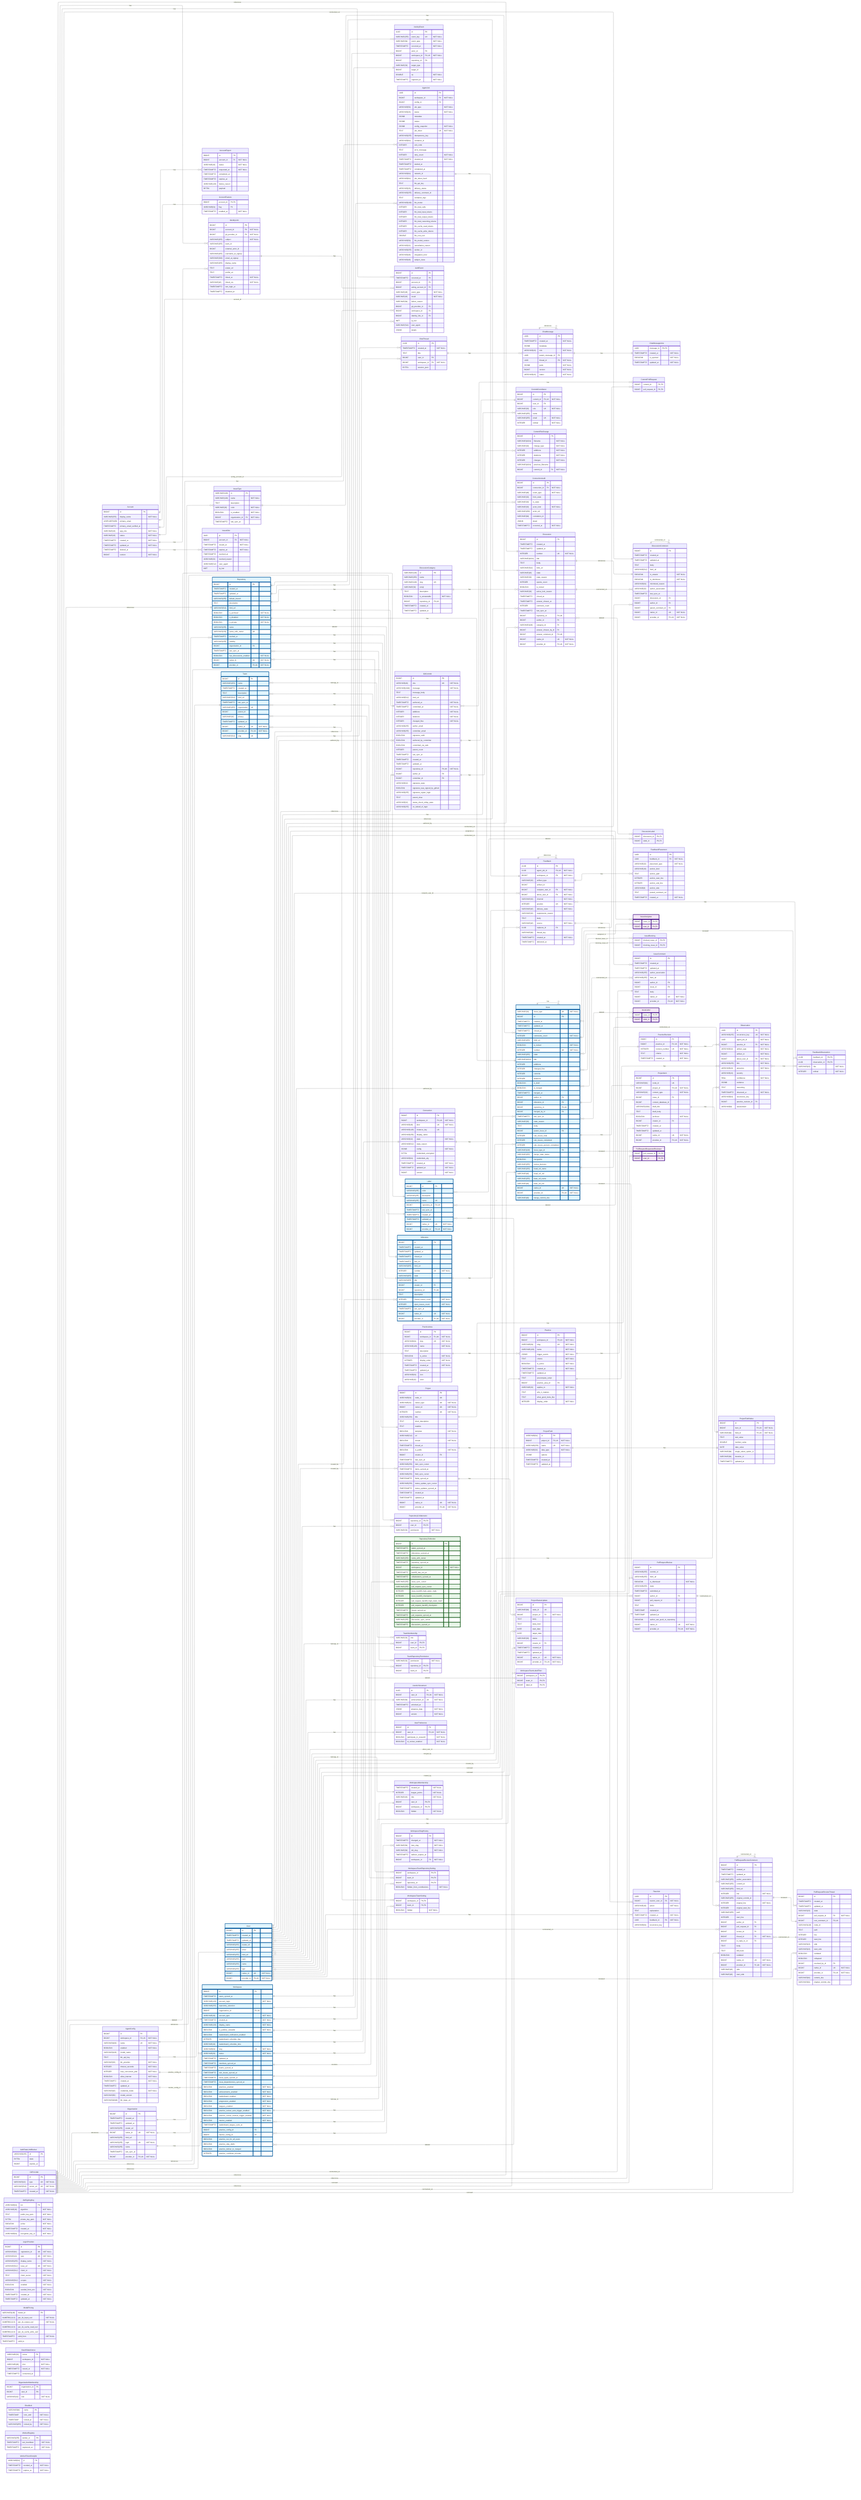
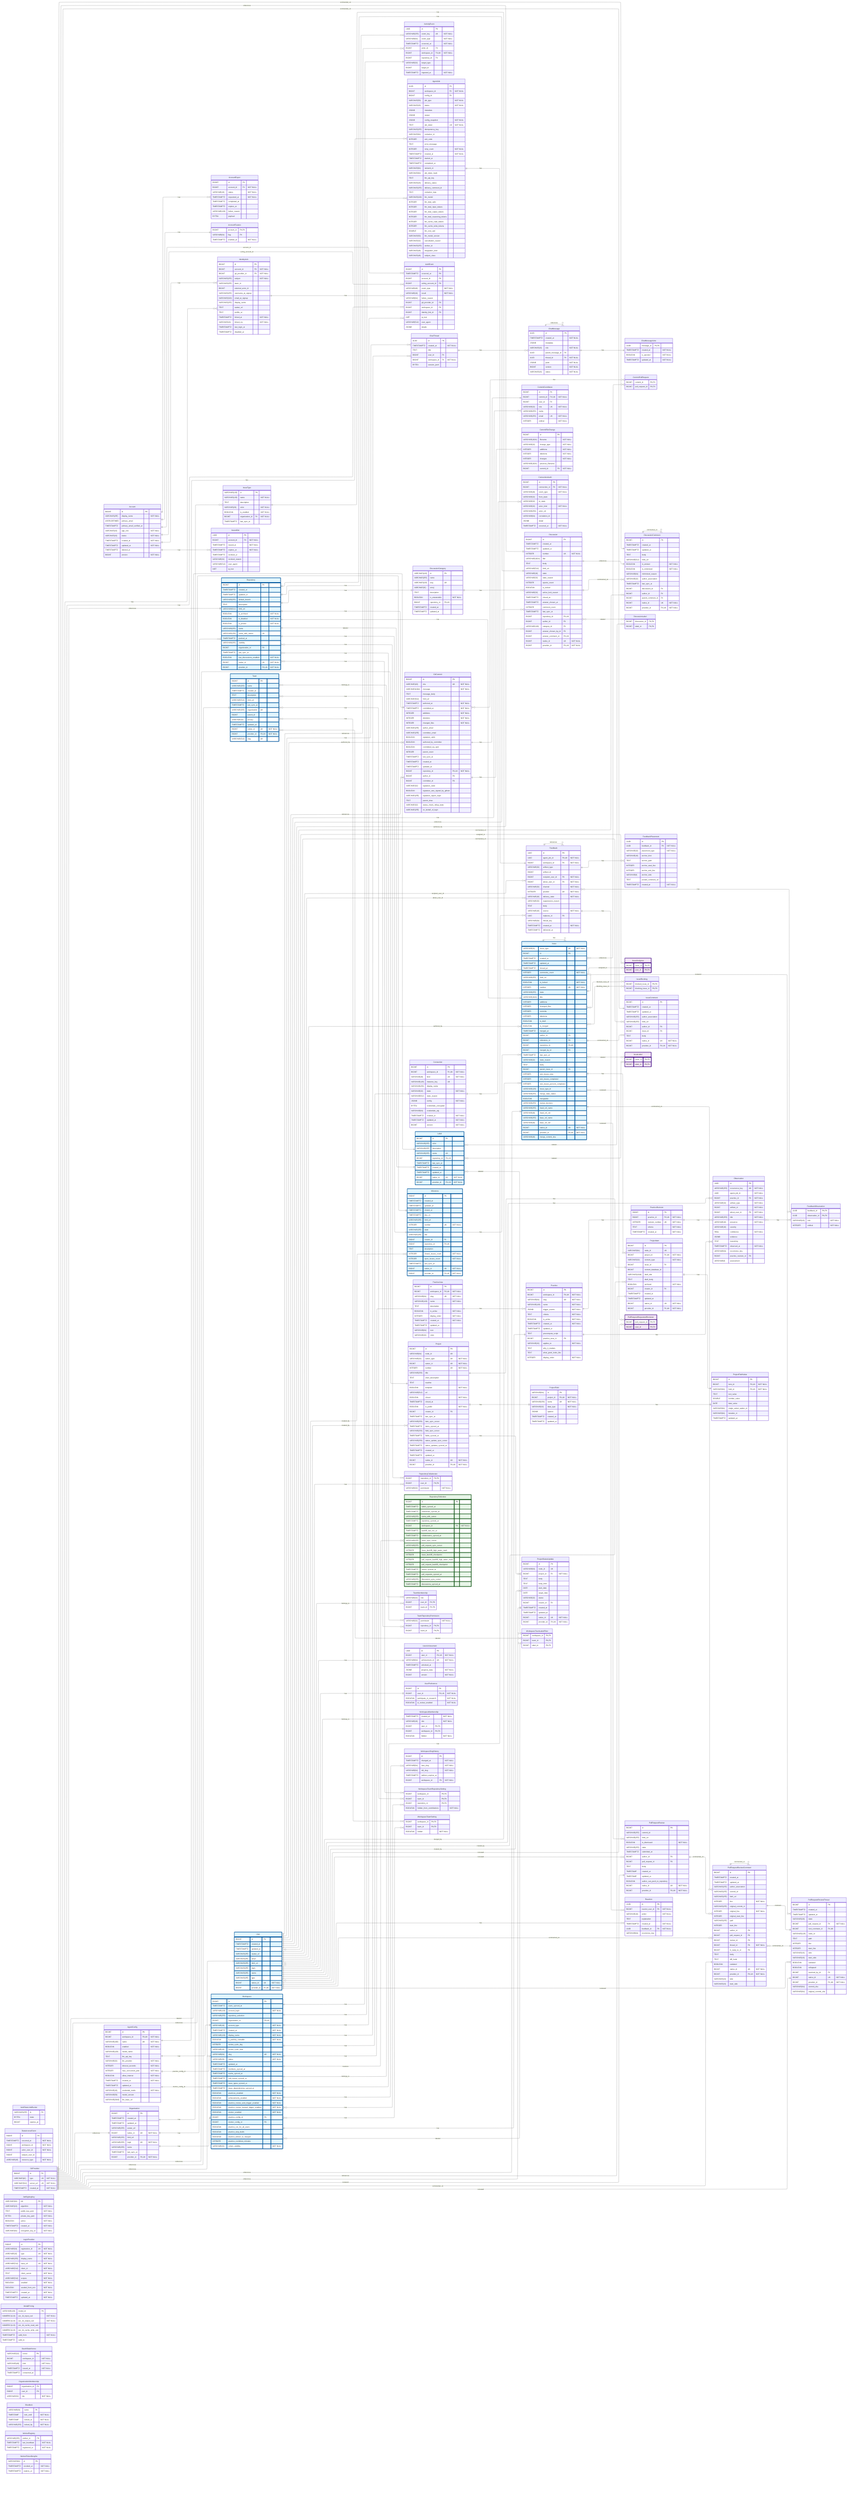
---
config:
    layout: elk
---
erDiagram
    %% Generated automatically from PostgreSQL database schema
    %% using scripts/generate-mermaid-erd.ts
    %% To regenerate: pnpm run db:generate-erd-docs

    direction LR

    Account {
        BIGINT id PK
        VARCHAR(255) display_name "NOT NULL"
        USER-DEFINED primary_email
        TIMESTAMPTZ primary_email_verified_at
        VARCHAR(16) app_role "NOT NULL"
        VARCHAR(16) status "NOT NULL"
        TIMESTAMPTZ created_at "NOT NULL"
        TIMESTAMPTZ updated_at "NOT NULL"
        TIMESTAMPTZ deleted_at
        BIGINT version "NOT NULL"
    }

    AccountExport {
        BIGINT id PK
        BIGINT account_id FK "NOT NULL"
        VARCHAR(16) status "NOT NULL"
        TIMESTAMPTZ requested_at "NOT NULL"
        TIMESTAMPTZ completed_at
        TIMESTAMPTZ expires_at
        VARCHAR(128) failure_reason
        BYTEA payload
    }

    AccountFeature {
        BIGINT account_id PK,FK
        VARCHAR(64) flag PK
        TIMESTAMPTZ enabled_at "NOT NULL"
    }

    ActivityEvent {
        UUID id PK
        VARCHAR(255) event_key UK "NOT NULL"
        VARCHAR(64) event_type "NOT NULL"
        TIMESTAMPTZ occurred_at "NOT NULL"
        BIGINT actor_id FK
        BIGINT workspace_id FK,UK "NOT NULL"
        BIGINT repository_id FK
        VARCHAR(32) target_type
        BIGINT target_id
-         DOUBLE xp "NOT NULL"
        TIMESTAMPTZ ingested_at "NOT NULL"
    }

    AgentConfig {
        BIGINT id PK
        BIGINT workspace_id FK,UK "NOT NULL"
        VARCHAR(100) name UK "NOT NULL"
        BOOLEAN enabled "NOT NULL"
        VARCHAR(128) model_name
        TEXT llm_api_key
        VARCHAR(32) llm_provider "NOT NULL"
        INTEGER timeout_seconds "NOT NULL"
        INTEGER max_concurrent_jobs "NOT NULL"
        BOOLEAN allow_internet "NOT NULL"
        TIMESTAMPTZ created_at "NOT NULL"
        TIMESTAMPTZ updated_at
        VARCHAR(16) credential_mode "NOT NULL"
        VARCHAR(50) model_version
        VARCHAR(2048) llm_base_url
    }

    AgentJob {
        UUID id PK
        BIGINT workspace_id FK "NOT NULL"
        BIGINT config_id FK
        VARCHAR(50) job_type "NOT NULL"
        VARCHAR(20) status "NOT NULL"
        JSONB metadata
        JSONB output
        JSONB config_snapshot "NOT NULL"
        TEXT job_token UK "NOT NULL"
        VARCHAR(255) idempotency_key
        VARCHAR(64) container_id
        INTEGER exit_code
        TEXT error_message
        INTEGER retry_count "NOT NULL"
        TIMESTAMPTZ created_at "NOT NULL"
        TIMESTAMPTZ started_at
        TIMESTAMPTZ completed_at
        VARCHAR(64) network_id
        VARCHAR(64) job_token_hash
        TEXT llm_api_key
        VARCHAR(20) delivery_status
        VARCHAR(255) delivery_comment_id
        TEXT container_logs
        VARCHAR(100) llm_model
        INTEGER llm_total_calls
        INTEGER llm_total_input_tokens
        INTEGER llm_total_output_tokens
        INTEGER llm_total_reasoning_tokens
        INTEGER llm_cache_read_tokens
        INTEGER llm_cache_write_tokens
        DOUBLE llm_cost_usd
        VARCHAR(50) llm_model_version
        VARCHAR(32) cancellation_reason
        VARCHAR(255) worker_id
        VARCHAR(48) integration_kind
        VARCHAR(48) subject_class
    }

    AuthEvent {
        BIGINT id PK
        TIMESTAMPTZ occurred_at PK
        BIGINT account_id FK
        BIGINT acting_account_id FK
        VARCHAR(48) event_type "NOT NULL"
        VARCHAR(16) result "NOT NULL"
        VARCHAR(64) failure_reason
        BIGINT git_provider_id FK
        BIGINT workspace_id FK
        BIGINT identity_link_id FK
        INET ip_inet
        VARCHAR(512) user_agent
        JSONB details
    }

    AuthRateLimitBucket {
        VARCHAR(255) id PK
        BYTEA state
        BIGINT expires_at
    }

    ChatMessage {
        UUID id PK
        TIMESTAMPTZ created_at "NOT NULL"
        JSONB metadata
        VARCHAR(16) role "NOT NULL"
        UUID parent_message_id FK
        UUID thread_id FK "NOT NULL"
        JSONB parts "NOT NULL"
        BIGINT version "NOT NULL"
        VARCHAR(16) status "NOT NULL"
    }

    ChatMessageVote {
        UUID message_id PK,FK
        TIMESTAMPTZ created_at "NOT NULL"
        BOOLEAN is_upvoted "NOT NULL"
        TIMESTAMPTZ updated_at "NOT NULL"
    }

    ChatThread {
        UUID id PK
        TIMESTAMPTZ created_at "NOT NULL"
        TEXT title
        BIGINT user_id FK
        BIGINT workspace_id FK "NOT NULL"
        BYTEA session_jsonl
    }

    CommitContributor {
        BIGINT id PK
        BIGINT commit_id FK,UK "NOT NULL"
        BIGINT user_id FK
        VARCHAR(32) role UK "NOT NULL"
        VARCHAR(255) name
        VARCHAR(255) email UK "NOT NULL"
        INTEGER ordinal "NOT NULL"
    }

    CommitFileChange {
        BIGINT id PK
        VARCHAR(1024) filename "NOT NULL"
        VARCHAR(32) change_type "NOT NULL"
        INTEGER additions "NOT NULL"
        INTEGER deletions "NOT NULL"
        INTEGER changes "NOT NULL"
        VARCHAR(1024) previous_filename
        BIGINT commit_id FK "NOT NULL"
    }

    CommitPullRequest {
        BIGINT commit_id PK,FK
        BIGINT pull_request_id PK,FK
    }

    Connection {
        BIGINT id PK
        BIGINT workspace_id FK,UK "NOT NULL"
        VARCHAR(48) kind UK "NOT NULL"
        VARCHAR(128) instance_key UK
        VARCHAR(256) display_name
        VARCHAR(32) state "NOT NULL"
        VARCHAR(512) state_reason
        JSONB config "NOT NULL"
        BYTEA credentials_encrypted
        VARCHAR(64) credentials_alg
        TIMESTAMPTZ created_at "NOT NULL"
        TIMESTAMPTZ updated_at "NOT NULL"
        BIGINT version "NOT NULL"
    }

    ConnectionAudit {
        BIGINT id PK
        BIGINT connection_id FK "NOT NULL"
        VARCHAR(48) event_type "NOT NULL"
        VARCHAR(32) from_state
        VARCHAR(32) to_state
        VARCHAR(32) actor_kind "NOT NULL"
        VARCHAR(256) actor_ref
        VARCHAR(64) correlation_id
        JSONB detail
        TIMESTAMPTZ occurred_at "NOT NULL"
+     }
+ 
+     DataAccessEvent {
+         BIGINT id PK
+         TIMESTAMPTZ occurred_at "NOT NULL"
+         BIGINT workspace_id "NOT NULL"
+         BIGINT actor_user_id "NOT NULL"
+         BIGINT subject_user_id
+         VARCHAR(48) resource_type "NOT NULL"
    }

    Discussion {
        BIGINT id PK
        TIMESTAMPTZ created_at
        TIMESTAMPTZ updated_at
        INTEGER number UK "NOT NULL"
        VARCHAR(1024) title
        TEXT body
        VARCHAR(512) html_url
        VARCHAR(16) state
        VARCHAR(32) state_reason
        INTEGER upvote_count
        BOOLEAN is_locked
        VARCHAR(32) active_lock_reason
        TIMESTAMPTZ closed_at
        TIMESTAMPTZ answer_chosen_at
        INTEGER comment_count
        TIMESTAMPTZ last_sync_at
        BIGINT repository_id FK,UK
        BIGINT author_id FK
        VARCHAR(128) category_id FK
        BIGINT answer_chosen_by_id FK
        BIGINT answer_comment_id FK,UK
        BIGINT native_id UK "NOT NULL"
        BIGINT provider_id FK,UK "NOT NULL"
    }

    DiscussionCategory {
        VARCHAR(128) id PK
        VARCHAR(255) name
        VARCHAR(128) slug UK
        VARCHAR(32) emoji
        TEXT description
        BOOLEAN is_answerable "NOT NULL"
        BIGINT repository_id FK,UK
        TIMESTAMPTZ created_at
        TIMESTAMPTZ updated_at
    }

    DiscussionComment {
        BIGINT id PK
        TIMESTAMPTZ created_at
        TIMESTAMPTZ updated_at
        TEXT body
        VARCHAR(512) html_url
        BOOLEAN is_answer "NOT NULL"
        BOOLEAN is_minimized "NOT NULL"
        VARCHAR(64) minimized_reason
        VARCHAR(32) author_association
        TIMESTAMPTZ last_sync_at
        BIGINT discussion_id FK
        BIGINT author_id FK
        BIGINT parent_comment_id FK
        BIGINT native_id UK "NOT NULL"
        BIGINT provider_id FK,UK "NOT NULL"
    }

    DiscussionLabel {
        BIGINT discussion_id PK,FK
        BIGINT label_id PK,FK
    }

    Feedback {
        UUID id PK
        UUID agent_job_id FK,UK "NOT NULL"
        BIGINT workspace_id FK "NOT NULL"
        VARCHAR(32) artifact_type
        BIGINT artifact_id
        BIGINT recipient_user_id FK "NOT NULL"
        BIGINT about_user_id FK "NOT NULL"
        VARCHAR(32) channel "NOT NULL"
        INTEGER position UK "NOT NULL"
        VARCHAR(16) delivery_state "NOT NULL"
        VARCHAR(32) suppression_reason
        TEXT body
        VARCHAR(16) source "NOT NULL"
        UUID replaces_id FK
        VARCHAR(64) thread_key
        TIMESTAMPTZ created_at "NOT NULL"
        TIMESTAMPTZ delivered_at
    }

    FeedbackObservation {
        UUID feedback_id PK,FK
        UUID observation_id PK,FK
        VARCHAR(16) role "NOT NULL"
        INTEGER ordinal "NOT NULL"
    }

    FeedbackPlacement {
        UUID id PK
        UUID feedback_id FK "NOT NULL"
        VARCHAR(32) placement_type "NOT NULL"
        VARCHAR(16) anchor_kind
        TEXT anchor_path
        INTEGER anchor_start_line
        INTEGER anchor_end_line
        VARCHAR(8) anchor_side
        TEXT posted_comment_ref
        TIMESTAMPTZ created_at "NOT NULL"
    }

    GitCommit {
        BIGINT id PK
        VARCHAR(40) sha UK "NOT NULL"
        VARCHAR(1024) message "NOT NULL"
        TEXT message_body
        VARCHAR(512) html_url
        TIMESTAMPTZ authored_at "NOT NULL"
        TIMESTAMPTZ committed_at "NOT NULL"
        INTEGER additions "NOT NULL"
        INTEGER deletions "NOT NULL"
        INTEGER changed_files "NOT NULL"
        VARCHAR(255) author_email
        VARCHAR(255) committer_email
        BOOLEAN signature_valid
        BOOLEAN authored_by_committer
        BOOLEAN committed_via_web
        INTEGER parent_count
        TIMESTAMPTZ last_sync_at
        TIMESTAMPTZ created_at
        TIMESTAMPTZ updated_at
        BIGINT repository_id FK,UK "NOT NULL"
        BIGINT author_id FK
        BIGINT committer_id FK
        VARCHAR(32) signature_state
        BOOLEAN signature_was_signed_by_github
        VARCHAR(255) signature_signer_login
        TEXT parent_shas
        VARCHAR(32) status_check_rollup_state
        VARCHAR(255) on_behalf_of_login
    }

    GitProvider {
        BIGINT id PK
        VARCHAR(10) type UK "NOT NULL"
        VARCHAR(512) server_url UK "NOT NULL"
        TIMESTAMPTZ created_at "NOT NULL"
    }

    IdentityLink {
        BIGINT id PK
        BIGINT account_id FK "NOT NULL"
        BIGINT git_provider_id FK "NOT NULL"
        VARCHAR(255) subject "NOT NULL"
        VARCHAR(255) team_id
        BIGINT external_actor_id
        VARCHAR(255) username_at_signup
        VARCHAR(320) email_at_signup
        VARCHAR(255) display_name
        TEXT avatar_url
        TEXT profile_url
        TIMESTAMPTZ linked_at "NOT NULL"
        VARCHAR(16) linked_via "NOT NULL"
        TIMESTAMPTZ last_login_at
        TIMESTAMPTZ disabled_at
    }

    Issue {
        VARCHAR(31) issue_type UK "NOT NULL"
        BIGINT id PK
        TIMESTAMPTZ created_at
        TIMESTAMPTZ updated_at
        TIMESTAMPTZ closed_at
        INTEGER comments_count "NOT NULL"
        VARCHAR(255) html_url
        BOOLEAN is_locked "NOT NULL"
        INTEGER number UK "NOT NULL"
        VARCHAR(255) state
        VARCHAR(1024) title
        INTEGER additions
        INTEGER changed_files
        INTEGER commits
        INTEGER deletions
        BOOLEAN is_draft
        BOOLEAN is_merged
        TIMESTAMPTZ merged_at
        BIGINT author_id FK
        BIGINT milestone_id FK
        BIGINT repository_id FK,UK
        BIGINT merged_by_id FK
        TIMESTAMPTZ last_sync_at
        VARCHAR(32) state_reason
        TEXT body
        BIGINT parent_issue_id FK
        INTEGER sub_issues_total
        INTEGER sub_issues_completed
        INTEGER sub_issues_percent_completed
        VARCHAR(128) issue_type_id FK
        VARCHAR(255) merge_state_status
        BOOLEAN mergeable
        VARCHAR(255) review_decision
        VARCHAR(255) head_ref_name
        VARCHAR(40) head_ref_oid
        VARCHAR(255) base_ref_name
        VARCHAR(40) base_ref_oid
        BIGINT native_id UK "NOT NULL"
        BIGINT provider_id FK,UK "NOT NULL"
        VARCHAR(40) merge_commit_sha
    }

    IssueAssignee {
        BIGINT issue_id PK,FK
        BIGINT user_id PK,FK
    }

    IssueBlocking {
        BIGINT blocked_issue_id PK,FK
        BIGINT blocking_issue_id PK,FK
    }

    IssueComment {
        BIGINT id PK
        TIMESTAMPTZ created_at
        TIMESTAMPTZ updated_at
        VARCHAR(255) author_association
        VARCHAR(255) html_url
        BIGINT author_id FK
        BIGINT issue_id FK
        TEXT body
        BIGINT native_id UK "NOT NULL"
        BIGINT provider_id FK,UK "NOT NULL"
    }

    IssueLabel {
        BIGINT issue_id PK,FK
        BIGINT label_id PK,FK
    }

    IssueType {
        VARCHAR(128) id PK
        VARCHAR(128) name "NOT NULL"
        TEXT description
        VARCHAR(20) color "NOT NULL"
        BOOLEAN is_enabled "NOT NULL"
        BIGINT organization_id FK "NOT NULL"
        TIMESTAMPTZ last_sync_at
    }

    IssuedJwt {
        UUID jti PK
        BIGINT account_id FK "NOT NULL"
        TIMESTAMPTZ issued_at "NOT NULL"
        TIMESTAMPTZ expires_at "NOT NULL"
        TIMESTAMPTZ revoked_at
        VARCHAR(32) revoked_reason
        VARCHAR(512) user_agent
        INET ip_inet
    }

    JwtSigningKey {
        VARCHAR(64) kid PK
        VARCHAR(16) algorithm "NOT NULL"
        TEXT public_key_pem "NOT NULL"
        BYTEA private_key_pem "NOT NULL"
        BOOLEAN active "NOT NULL"
        TIMESTAMPTZ created_at "NOT NULL"
        VARCHAR(64) encryption_key_id "NOT NULL"
    }

    Label {
        BIGINT id PK
        VARCHAR(255) color
        VARCHAR(255) description
        VARCHAR(255) name UK
        BIGINT repository_id FK,UK
        TIMESTAMPTZ last_sync_at
        TIMESTAMPTZ created_at
        TIMESTAMPTZ updated_at
        BIGINT native_id UK "NOT NULL"
        BIGINT provider_id FK,UK "NOT NULL"
    }

    LoginProvider {
        BIGINT id PK
        VARCHAR(64) registration_id UK "NOT NULL"
        VARCHAR(10) type UK "NOT NULL"
        VARCHAR(255) display_name "NOT NULL"
        VARCHAR(512) base_url UK "NOT NULL"
        VARCHAR(512) client_id "NOT NULL"
        TEXT client_secret "NOT NULL"
        VARCHAR(512) scopes "NOT NULL"
        BOOLEAN enabled "NOT NULL"
        BOOLEAN seeded_from_env "NOT NULL"
        TIMESTAMPTZ created_at "NOT NULL"
        TIMESTAMPTZ updated_at "NOT NULL"
    }

    Milestone {
        BIGINT id PK
        TIMESTAMPTZ created_at
        TIMESTAMPTZ updated_at
        TIMESTAMPTZ closed_at
        TIMESTAMPTZ due_on
        VARCHAR(255) html_url
        INTEGER number UK "NOT NULL"
        VARCHAR(255) state
        VARCHAR(255) title
        BIGINT creator_id FK
        BIGINT repository_id FK,UK
        TEXT description
        INTEGER closed_issues_count "NOT NULL"
        INTEGER open_issues_count "NOT NULL"
        TIMESTAMPTZ last_sync_at
        BIGINT native_id UK "NOT NULL"
        BIGINT provider_id FK,UK "NOT NULL"
    }

    ModelPricing {
        VARCHAR(128) model_id PK
        NUMERIC(12,6) per_1k_input_usd "NOT NULL"
        NUMERIC(12,6) per_1k_output_usd "NOT NULL"
        NUMERIC(12,6) per_1k_cache_read_usd
        NUMERIC(12,6) per_1k_cache_write_usd
        TIMESTAMPTZ valid_from "NOT NULL"
        TIMESTAMPTZ valid_to
    }

    OauthStateNonce {
        VARCHAR(32) nonce PK
        BIGINT workspace_id "NOT NULL"
        VARCHAR(48) kind "NOT NULL"
        TIMESTAMPTZ issued_at "NOT NULL"
        TIMESTAMPTZ consumed_at
    }

    Observation {
        UUID id PK
        VARCHAR(255) occurrence_key UK "NOT NULL"
        UUID agent_job_id "NOT NULL"
        BIGINT practice_id FK "NOT NULL"
        VARCHAR(32) artifact_type "NOT NULL"
        BIGINT artifact_id "NOT NULL"
        BIGINT about_user_id FK "NOT NULL"
        VARCHAR(255) title "NOT NULL"
        VARCHAR(16) presence "NOT NULL"
        VARCHAR(16) severity
        REAL confidence "NOT NULL"
        JSONB evidence
        TEXT reasoning
        TIMESTAMPTZ observed_at "NOT NULL"
        VARCHAR(64) recurrence_key
        BIGINT practice_revision_id FK
        VARCHAR(8) assessment
    }

    Organization {
        BIGINT id PK
        TIMESTAMPTZ created_at
        TIMESTAMPTZ updated_at
        VARCHAR(255) avatar_url
        BIGINT native_id UK "NOT NULL"
        VARCHAR(255) html_url
        VARCHAR(255) login UK "NOT NULL"
        VARCHAR(255) name
        TIMESTAMPTZ last_sync_at
        BIGINT provider_id FK,UK "NOT NULL"
    }

    OrganizationMembership {
        BIGINT organization_id PK
        BIGINT user_id PK
        VARCHAR(32) role "NOT NULL"
    }

    Practice {
        BIGINT id PK
        BIGINT workspace_id FK,UK "NOT NULL"
        VARCHAR(64) slug UK "NOT NULL"
        VARCHAR(128) name "NOT NULL"
        JSONB trigger_events "NOT NULL"
        TEXT criteria "NOT NULL"
        BOOLEAN is_active "NOT NULL"
        TIMESTAMPTZ created_at "NOT NULL"
        TIMESTAMPTZ updated_at
        TEXT precompute_script
        BIGINT practice_area_id FK
        VARCHAR(32) applies_to "NOT NULL"
        TEXT why_it_matters
        TEXT what_good_looks_like
        INTEGER display_order "NOT NULL"
    }

    PracticeArea {
        BIGINT id PK
        BIGINT workspace_id FK,UK "NOT NULL"
        VARCHAR(64) slug UK "NOT NULL"
        VARCHAR(128) name "NOT NULL"
        TEXT description
        BOOLEAN is_active "NOT NULL"
        INTEGER display_order "NOT NULL"
        TIMESTAMPTZ created_at "NOT NULL"
        TIMESTAMPTZ updated_at
        VARCHAR(64) icon
        VARCHAR(32) color
    }

    PracticeRevision {
        BIGINT id PK
        BIGINT practice_id FK,UK "NOT NULL"
        INTEGER revision_number UK "NOT NULL"
        TEXT criteria "NOT NULL"
        TIMESTAMPTZ created_at "NOT NULL"
    }

    Project {
        BIGINT id PK
        VARCHAR(64) node_id UK
        VARCHAR(32) owner_type UK "NOT NULL"
        BIGINT owner_id UK "NOT NULL"
        INTEGER number UK "NOT NULL"
        VARCHAR(256) title
        TEXT short_description
        TEXT readme
        BOOLEAN template "NOT NULL"
        VARCHAR(512) url
        BOOLEAN closed "NOT NULL"
        TIMESTAMPTZ closed_at
        BOOLEAN is_public "NOT NULL"
        BIGINT creator_id FK
        TIMESTAMPTZ last_sync_at
        VARCHAR(256) item_sync_cursor
        TIMESTAMPTZ items_synced_at
        VARCHAR(256) field_sync_cursor
        TIMESTAMPTZ fields_synced_at
        VARCHAR(256) status_update_sync_cursor
        TIMESTAMPTZ status_updates_synced_at
        TIMESTAMPTZ created_at
        TIMESTAMPTZ updated_at
        BIGINT native_id UK "NOT NULL"
        BIGINT provider_id FK,UK "NOT NULL"
    }

    ProjectField {
        VARCHAR(64) id PK
        BIGINT project_id FK,UK "NOT NULL"
        VARCHAR(256) name UK "NOT NULL"
        VARCHAR(32) data_type "NOT NULL"
        JSONB options
        TIMESTAMPTZ created_at
        TIMESTAMPTZ updated_at
    }

    ProjectFieldValue {
        BIGINT id PK
        BIGINT item_id FK,UK "NOT NULL"
        VARCHAR(64) field_id FK,UK "NOT NULL"
        TEXT text_value
        DOUBLE number_value
        DATE date_value
        VARCHAR(64) single_select_option_id
        VARCHAR(64) iteration_id
        TIMESTAMPTZ updated_at
    }

    ProjectItem {
        BIGINT id PK
        VARCHAR(64) node_id UK
        BIGINT project_id FK,UK "NOT NULL"
        VARCHAR(32) content_type "NOT NULL"
        BIGINT issue_id FK
        BIGINT content_database_id
        VARCHAR(1024) draft_title
        TEXT draft_body
        BOOLEAN archived "NOT NULL"
        BIGINT creator_id FK
        TIMESTAMPTZ created_at
        TIMESTAMPTZ updated_at
        BIGINT native_id UK "NOT NULL"
        BIGINT provider_id FK,UK "NOT NULL"
    }

    ProjectStatusUpdate {
        BIGINT id PK
        VARCHAR(64) node_id UK
        BIGINT project_id FK "NOT NULL"
        TEXT body
        TEXT body_html
        DATE start_date
        DATE target_date
        VARCHAR(32) status
        BIGINT creator_id FK
        TIMESTAMPTZ created_at
        TIMESTAMPTZ updated_at
        BIGINT native_id UK "NOT NULL"
        BIGINT provider_id FK,UK "NOT NULL"
    }

    PullRequestRequestedReviewer {
        BIGINT pull_request_id PK,FK
        BIGINT user_id PK,FK
    }

    PullRequestReview {
        BIGINT id PK
        VARCHAR(255) commit_id
        VARCHAR(255) html_url
        BOOLEAN is_dismissed "NOT NULL"
        VARCHAR(255) state
        TIMESTAMPTZ submitted_at
        BIGINT author_id FK
        BIGINT pull_request_id FK
        TEXT body
        TIMESTAMP created_at
        TIMESTAMP updated_at
        BOOLEAN author_can_push_to_repository
        BIGINT native_id UK "NOT NULL"
        BIGINT provider_id FK,UK "NOT NULL"
    }

    PullRequestReviewComment {
        BIGINT id PK
        TIMESTAMPTZ created_at
        TIMESTAMPTZ updated_at
        VARCHAR(255) author_association
        VARCHAR(255) commit_id
        VARCHAR(255) html_url
        INTEGER line "NOT NULL"
        VARCHAR(255) original_commit_id
        INTEGER original_line "NOT NULL"
        INTEGER original_start_line
        VARCHAR(255) path
        INTEGER start_line
        BIGINT author_id FK
        BIGINT pull_request_id FK
        BIGINT review_id FK
        BIGINT thread_id FK "NOT NULL"
        BIGINT in_reply_to_id FK
        TEXT body
        TEXT diff_hunk
        BOOLEAN outdated
        BIGINT native_id UK "NOT NULL"
        BIGINT provider_id FK,UK "NOT NULL"
        VARCHAR(16) side
        VARCHAR(16) start_side
    }

    PullRequestReviewThread {
        BIGINT id PK
        TIMESTAMPTZ created_at
        TIMESTAMPTZ updated_at
        VARCHAR(20) state
        BIGINT pull_request_id FK "NOT NULL"
        BIGINT root_comment_id FK,UK
        VARCHAR(128) node_id
        TEXT path
        INTEGER line
        INTEGER start_line
        VARCHAR(16) side
        VARCHAR(16) start_side
        BOOLEAN outdated
        BOOLEAN collapsed
        BIGINT resolved_by_id FK
        BIGINT native_id UK "NOT NULL"
        BIGINT provider_id FK,UK "NOT NULL"
        VARCHAR(64) commit_sha
        VARCHAR(64) original_commit_sha
    }

    Reaction {
        UUID id PK
        BIGINT reactor_user_id FK "NOT NULL"
        VARCHAR(16) action "NOT NULL"
        TEXT explanation
        TIMESTAMPTZ created_at "NOT NULL"
        UUID feedback_id FK "NOT NULL"
        VARCHAR(64) recurrence_key
    }

    Repository {
        BIGINT id PK
        TIMESTAMPTZ created_at
        TIMESTAMPTZ updated_at
        VARCHAR(255) default_branch
        TEXT description
        VARCHAR(512) html_url
        BOOLEAN is_archived "NOT NULL"
        BOOLEAN is_disabled "NOT NULL"
        BOOLEAN is_private "NOT NULL"
        VARCHAR(255) name
        VARCHAR(150) name_with_owner UK
        TIMESTAMPTZ pushed_at
        VARCHAR(255) visibility
        BIGINT organization_id FK
        TIMESTAMPTZ last_sync_at
        BOOLEAN has_discussions_enabled "NOT NULL"
        BIGINT native_id UK "NOT NULL"
        BIGINT provider_id FK,UK "NOT NULL"
    }

    RepositoryCollaborator {
        BIGINT repository_id PK,FK
        BIGINT user_id PK,FK
        VARCHAR(32) permission "NOT NULL"
    }

    RepositoryToMonitor {
        BIGINT id PK
        TIMESTAMPTZ labels_synced_at
        TIMESTAMPTZ milestones_synced_at
        VARCHAR(255) name_with_owner
        TIMESTAMPTZ repository_synced_at
        BIGINT workspace_id FK "NOT NULL"
        TIMESTAMPTZ backfill_last_run_at
        TIMESTAMPTZ collaborators_synced_at
        VARCHAR(255) issue_sync_cursor
        VARCHAR(255) pull_request_sync_cursor
        INTEGER issue_backfill_high_water_mark
        INTEGER issue_backfill_checkpoint
        INTEGER pull_request_backfill_high_water_mark
        INTEGER pull_request_backfill_checkpoint
        TIMESTAMPTZ issues_synced_at
        TIMESTAMPTZ pull_requests_synced_at
        VARCHAR(255) discussion_sync_cursor
        TIMESTAMPTZ discussions_synced_at
    }

    Shedlock {
        VARCHAR(64) name PK
        TIMESTAMP lock_until "NOT NULL"
        TIMESTAMP locked_at "NOT NULL"
        VARCHAR(255) locked_by "NOT NULL"
    }

    Team {
        BIGINT id PK
        VARCHAR(255) name
        TIMESTAMPTZ created_at
        TEXT description
        VARCHAR(512) html_url
        TIMESTAMPTZ last_sync_at
        VARCHAR(255) organization UK
        BIGINT parent_id
        VARCHAR(32) privacy
        TIMESTAMPTZ updated_at
        BIGINT native_id UK "NOT NULL"
        BIGINT provider_id FK,UK "NOT NULL"
        VARCHAR(512) slug UK
    }

    TeamMembership {
        VARCHAR(32) role
        BIGINT user_id PK,FK
        BIGINT team_id PK,FK
    }

    TeamRepositoryPermission {
        VARCHAR(32) permission "NOT NULL"
        BIGINT repository_id PK,FK
        BIGINT team_id PK,FK
    }

    User {
        BIGINT id PK
        TIMESTAMPTZ created_at
        TIMESTAMPTZ updated_at
        VARCHAR(255) avatar_url
        VARCHAR(255) email
        VARCHAR(255) html_url
        VARCHAR(255) login
        VARCHAR(255) name
        VARCHAR(255) type
        BIGINT native_id UK "NOT NULL"
        BIGINT provider_id FK,UK "NOT NULL"
    }

    UserAchievement {
        UUID id PK
        BIGINT user_id FK,UK "NOT NULL"
        VARCHAR(64) achievement_id UK "NOT NULL"
        TIMESTAMPTZ unlocked_at
        JSONB progress_data "NOT NULL"
        BIGINT version "NOT NULL"
    }

    UserPreference {
        BIGINT id PK
        BIGINT user_id FK,UK "NOT NULL"
        BOOLEAN participate_in_research "NOT NULL"
        BOOLEAN ai_review_enabled "NOT NULL"
    }

    WorkerRegistry {
        VARCHAR(255) worker_id PK
        TIMESTAMPTZ last_heartbeat "NOT NULL"
        TIMESTAMPTZ registered_at "NOT NULL"
    }

    WorkerTokenDenylist {
        VARCHAR(64) jti PK
        TIMESTAMPTZ revoked_at "NOT NULL"
        TIMESTAMPTZ expires_at "NOT NULL"
    }

    Workspace {
        BIGINT id PK
        TIMESTAMPTZ users_synced_at
        VARCHAR(120) account_login "NOT NULL"
        VARCHAR(255) repository_selection
        BIGINT organization_id FK,UK
        VARCHAR(10) account_type "NOT NULL"
        TIMESTAMPTZ created_at "NOT NULL"
        VARCHAR(120) display_name "NOT NULL"
        BOOLEAN is_publicly_viewable "NOT NULL"
-         BOOLEAN leaderboard_notification_enabled
-         INTEGER leaderboard_schedule_day
-         VARCHAR(10) leaderboard_schedule_time
+         INTEGER review_cycle_day
+         VARCHAR(10) review_cycle_time
        VARCHAR(64) slug UK "NOT NULL"
        VARCHAR(20) status "NOT NULL"
        TIMESTAMPTZ updated_at
        TIMESTAMPTZ members_synced_at
        TIMESTAMPTZ teams_synced_at
        TIMESTAMPTZ sub_issues_synced_at
        TIMESTAMPTZ issue_types_synced_at
        TIMESTAMPTZ issue_dependencies_synced_at
        BOOLEAN practices_enabled "NOT NULL"
        BOOLEAN achievements_enabled "NOT NULL"
-         BOOLEAN leaderboard_enabled "NOT NULL"
-         BOOLEAN progression_enabled "NOT NULL"
-         BOOLEAN leagues_enabled "NOT NULL"
        BOOLEAN practice_review_auto_trigger_enabled "NOT NULL"
        BOOLEAN practice_review_manual_trigger_enabled "NOT NULL"
        BOOLEAN mentor_enabled "NOT NULL"
-         TIMESTAMPTZ leaderboard_league_cycle_at
        BIGINT practice_config_id FK
        BIGINT mentor_config_id FK
        BOOLEAN practice_run_for_all_users
        BOOLEAN practice_skip_drafts
        BOOLEAN practice_deliver_to_merged
        INTEGER practice_cooldown_minutes
+         VARCHAR(32) cohort_visibility "NOT NULL"
    }

    WorkspaceMembership {
        TIMESTAMPTZ created_at "NOT NULL"
-         INTEGER league_points "NOT NULL"
        VARCHAR(16) role "NOT NULL"
        BIGINT user_id PK,FK
        BIGINT workspace_id PK,FK
        BOOLEAN hidden "NOT NULL"
    }

    WorkspaceSlugHistory {
        BIGINT id PK
        TIMESTAMPTZ changed_at "NOT NULL"
        VARCHAR(64) new_slug "NOT NULL"
        VARCHAR(64) old_slug "NOT NULL"
        TIMESTAMPTZ redirect_expires_at
        BIGINT workspace_id FK "NOT NULL"
    }

    WorkspaceTeamLabelFilter {
        BIGINT workspace_id PK,FK
        BIGINT team_id PK,FK
        BIGINT label_id PK,FK
    }

    WorkspaceTeamRepositorySetting {
        BIGINT workspace_id PK,FK
        BIGINT team_id PK,FK
        BIGINT repository_id PK,FK
        BOOLEAN hidden_from_contributions "NOT NULL"
    }

    WorkspaceTeamSetting {
        BIGINT workspace_id PK,FK
        BIGINT team_id PK,FK
        BOOLEAN hidden "NOT NULL"
    }

    %% Relationships
    %% One-to-One relationships
    Account ||--|| AccountFeature : has
    Workspace ||--|| ActivityEvent : has
    Workspace ||--|| AgentConfig : has
    ChatMessage ||--|| ChatMessageVote : has
    GitCommit ||--|| CommitContributor : has
    Workspace ||--|| Connection : has
    Repository ||--|| Discussion : has
    DiscussionComment ||--|| Discussion : references
    GitProvider ||--|| Discussion : references
    Repository ||--|| DiscussionCategory : has
    GitProvider ||--|| DiscussionComment : commented_on
    AgentJob ||--|| Feedback : has
    Repository ||--|| GitCommit : has
    Repository ||--|| Issue : has
    GitProvider ||--|| Issue : references
    GitProvider ||--|| IssueComment : commented_on
    Repository ||--|| Label : labeled
    GitProvider ||--|| Label : labeled
    Repository ||--|| Milestone : has
    GitProvider ||--|| Milestone : references
    GitProvider ||--|| Organization : references
    Workspace ||--|| Practice : has
    Workspace ||--|| PracticeArea : has
    Practice ||--|| PracticeRevision : has
    GitProvider ||--|| Project : references
    Project ||--|| ProjectField : has
    ProjectItem ||--|| ProjectFieldValue : has
    ProjectField ||--|| ProjectFieldValue : has
    Project ||--|| ProjectItem : has
    GitProvider ||--|| ProjectItem : references
    GitProvider ||--|| ProjectStatusUpdate : references
    GitProvider ||--|| PullRequestReview : reviewed
    GitProvider ||--|| PullRequestReviewComment : commented_on
    PullRequestReviewComment ||--|| PullRequestReviewThread : reviewed
    GitProvider ||--|| PullRequestReviewThread : reviewed
    GitProvider ||--|| Repository : references
    GitProvider ||--|| Team : references
    GitProvider ||--|| User : references
    User ||--|| UserAchievement : has
    User ||--|| UserPreference : has
    Organization ||--|| Workspace : has
    User ||--|| WorkspaceMembership : belongs_to
    Workspace ||--|| WorkspaceMembership : belongs_to

    %% One-to-Many relationships
    Account ||--o{ AccountExport : has
    User ||--o{ ActivityEvent : references
    Repository ||--o{ ActivityEvent : has
    Workspace ||--o{ AgentJob : has
    AgentConfig ||--o{ AgentJob : has
    Account ||--o{ AuthEvent : account_id
    Account ||--o{ AuthEvent : acting_account_id
    GitProvider ||--o{ AuthEvent : has
    Workspace ||--o{ AuthEvent : has
    IdentityLink ||--o{ AuthEvent : has
    ChatMessage ||--o{ ChatMessage : references
    ChatThread ||--o{ ChatMessage : has
    User ||--o{ ChatThread : has
    Workspace ||--o{ ChatThread : has
    User ||--o{ CommitContributor : has
    GitCommit ||--o{ CommitFileChange : has
    Connection ||--o{ ConnectionAudit : has
    User ||--o{ Discussion : authored_by
    DiscussionCategory ||--o{ Discussion : has
    User ||--o{ Discussion : references
    Discussion ||--o{ DiscussionComment : commented_on
    User ||--o{ DiscussionComment : commented_on
    DiscussionComment ||--o{ DiscussionComment : commented_on
    Workspace ||--o{ Feedback : has
    User ||--o{ Feedback : recipient_user_id
    User ||--o{ Feedback : about_user_id
    Feedback ||--o{ Feedback : references
    Feedback ||--o{ FeedbackPlacement : has
    User ||--o{ GitCommit : authored_by
    User ||--o{ GitCommit : references
    Account ||--o{ IdentityLink : has
    GitProvider ||--o{ IdentityLink : has
    User ||--o{ Issue : authored_by
    Milestone ||--o{ Issue : has
    User ||--o{ Issue : merged_by
    Issue ||--o{ Issue : has
    IssueType ||--o{ Issue : has
    User ||--o{ IssueComment : commented_on
    Issue ||--o{ IssueComment : commented_on
    Organization ||--o{ IssueType : has
    Account ||--o{ IssuedJwt : has
    User ||--o{ Milestone : created_by
    Practice ||--o{ Observation : has
    User ||--o{ Observation : has
    PracticeRevision ||--o{ Observation : has
    PracticeArea ||--o{ Practice : has
    User ||--o{ Project : created_by
    Issue ||--o{ ProjectItem : has
    User ||--o{ ProjectItem : created_by
    Project ||--o{ ProjectStatusUpdate : has
    User ||--o{ ProjectStatusUpdate : created_by
    User ||--o{ PullRequestReview : reviewed
    Issue ||--o{ PullRequestReview : reviewed
    User ||--o{ PullRequestReviewComment : commented_on
    Issue ||--o{ PullRequestReviewComment : commented_on
    PullRequestReview ||--o{ PullRequestReviewComment : commented_on
    PullRequestReviewThread ||--o{ PullRequestReviewComment : commented_on
    PullRequestReviewComment ||--o{ PullRequestReviewComment : commented_on
    Issue ||--o{ PullRequestReviewThread : reviewed
    User ||--o{ PullRequestReviewThread : reviewed
    User ||--o{ Reaction : has
    Feedback ||--o{ Reaction : has
    Organization ||--o{ Repository : has
    Workspace ||--o{ RepositoryToMonitor : monitors
    AgentConfig ||--o{ Workspace : practice_config_id
    AgentConfig ||--o{ Workspace : mentor_config_id
    Workspace ||--o{ WorkspaceSlugHistory : has

    %% Many-to-Many relationships
    GitCommit }o--o{ CommitPullRequest : has
    Issue }o--o{ CommitPullRequest : references
    Discussion }o--o{ DiscussionLabel : labeled
    Label }o--o{ DiscussionLabel : labeled
    Feedback }o--o{ FeedbackObservation : has
    Observation }o--o{ FeedbackObservation : has
    Issue }o--o{ IssueAssignee : assigned_to
    User }o--o{ IssueAssignee : assigned_to
    Issue }o--o{ IssueBlocking : blocked_issue_id
    Issue }o--o{ IssueBlocking : blocking_issue_id
    Issue }o--o{ IssueLabel : labeled
    Label }o--o{ IssueLabel : labeled
    Issue }o--o{ PullRequestRequestedReviewer : reviewed
    User }o--o{ PullRequestRequestedReviewer : reviewed
    Repository }o--o{ RepositoryCollaborator : has
    User }o--o{ RepositoryCollaborator : has
    User }o--o{ TeamMembership : belongs_to
    Team }o--o{ TeamMembership : belongs_to
    Repository }o--o{ TeamRepositoryPermission : has
    Team }o--o{ TeamRepositoryPermission : has
    Workspace }o--o{ WorkspaceTeamLabelFilter : labeled
    Team }o--o{ WorkspaceTeamLabelFilter : labeled
    Label }o--o{ WorkspaceTeamLabelFilter : labeled
    Workspace }o--o{ WorkspaceTeamRepositorySetting : has
    Team }o--o{ WorkspaceTeamRepositorySetting : has
    Repository }o--o{ WorkspaceTeamRepositorySetting : has
    Workspace }o--o{ WorkspaceTeamSetting : has
    Team }o--o{ WorkspaceTeamSetting : has

    %% Styling
    classDef primaryEntity fill:#e1f5fe,stroke:#01579b,stroke-width:2px
    classDef associationEntity fill:#f3e5f5,stroke:#4a148c,stroke-width:2px
    classDef metadataEntity fill:#e8f5e8,stroke:#1b5e20,stroke-width:2px

    class Issue primaryEntity
    class IssueAssignee associationEntity
    class IssueLabel associationEntity
    class Label primaryEntity
    class Milestone primaryEntity
    class PullRequestRequestedReviewer associationEntity
    class Repository primaryEntity
    class RepositoryToMonitor metadataEntity
    class Team primaryEntity
    class User primaryEntity
    class Workspace primaryEntity
